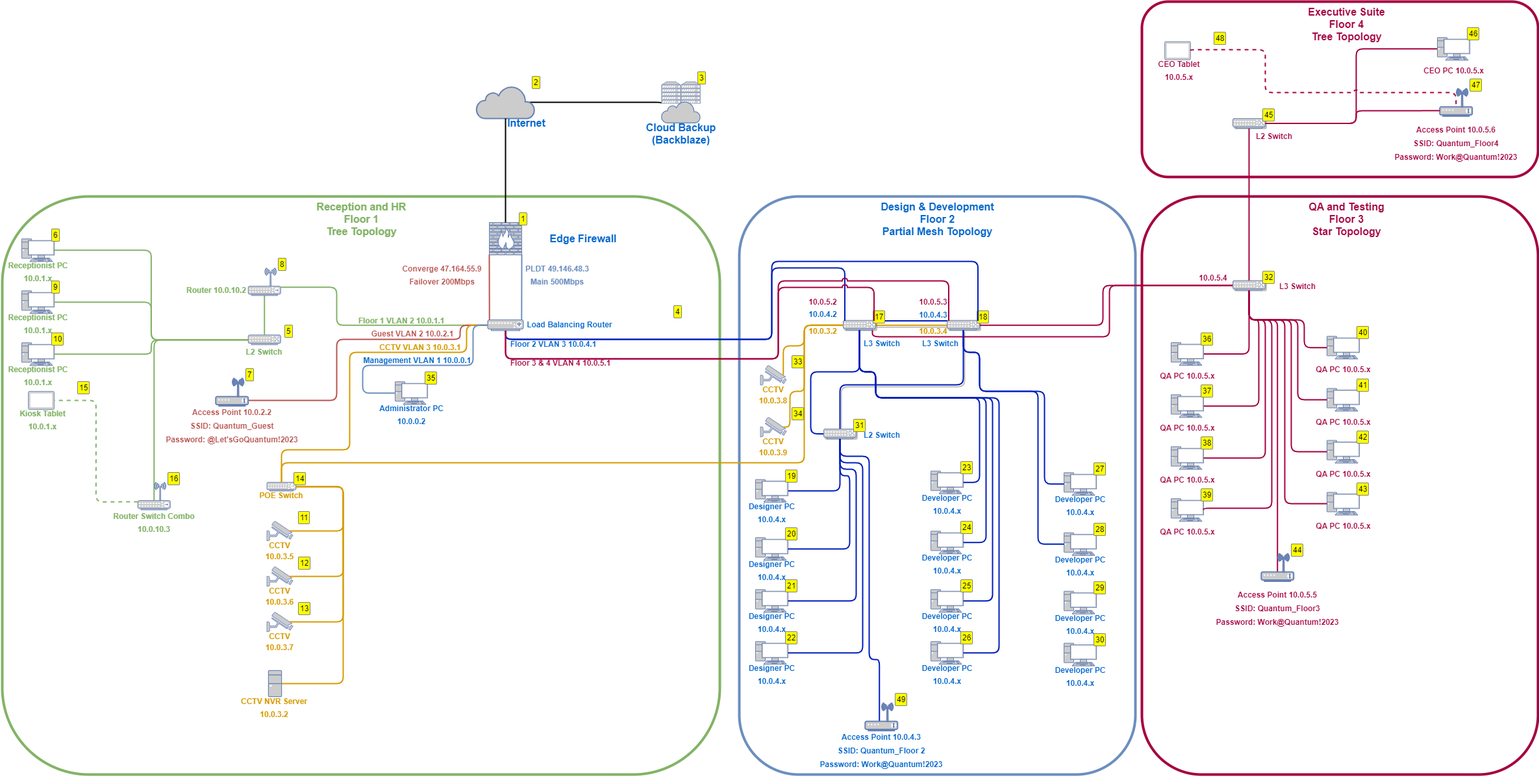
Earlier version of the draw.io export diagram.drawio.png (lemeow125/NetworkDocumentationProject). Source tidied: cells renumbered, new cells last; positions are measured from the earlier drawing's top-left corner, leaving out a move shared by most shapes.
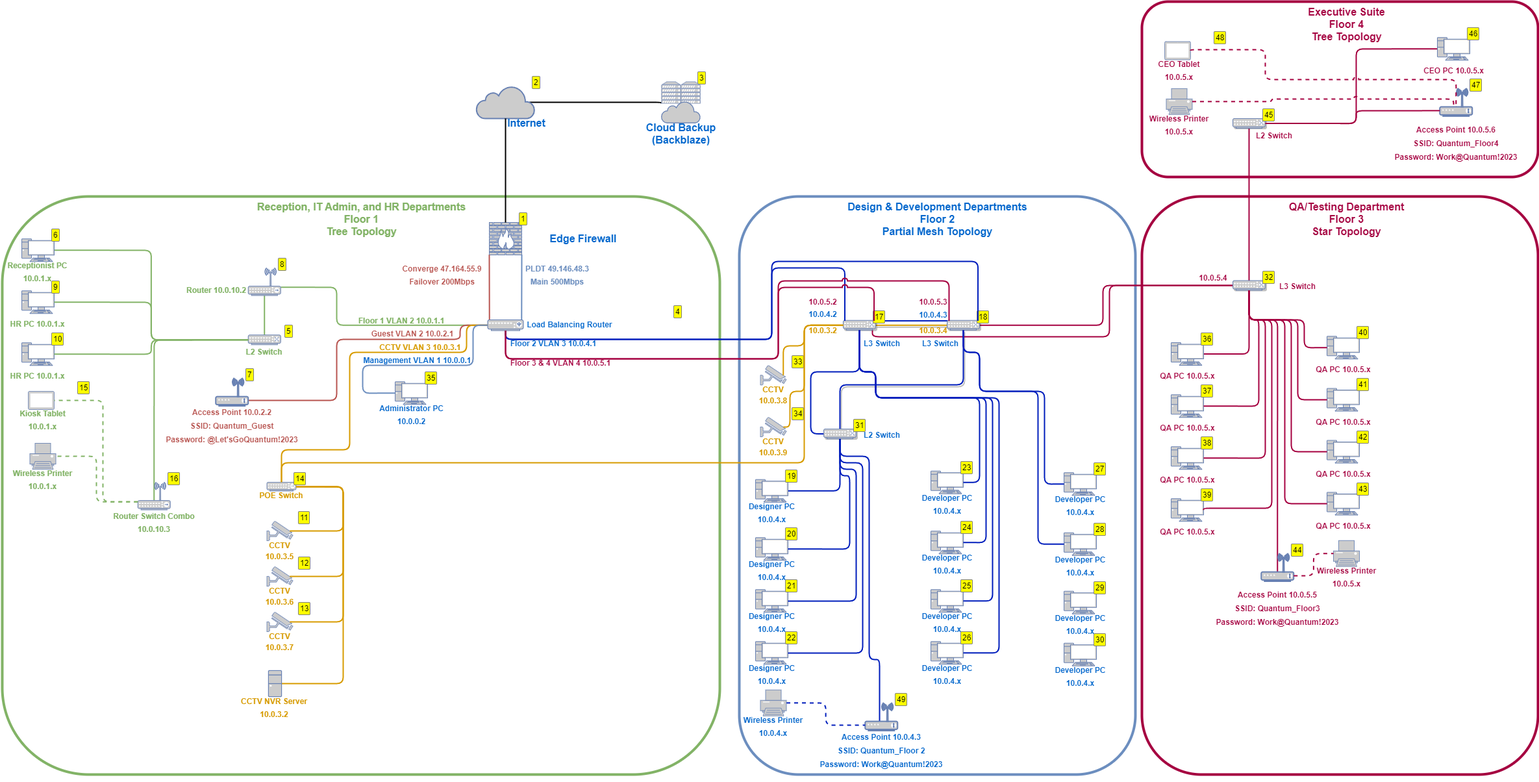
After the commit.

Commit message:
Diversify departments in diagram and add departments entry to README.md

Change to the diagram source:
```diff
@@ -82,8 +82,8 @@
         </Array>
       </mxGeometry>
     </mxCell>
-    <mxCell id="24" value="&lt;b style=&quot;font-size: 16px;&quot;&gt;&lt;font color=&quot;#82b366&quot;&gt;Reception and HR&lt;br&gt;Floor 1&lt;br&gt;Tree Topology&lt;/font&gt;&lt;br&gt;&lt;/b&gt;" style="text;html=1;align=center;verticalAlign=middle;strokeColor=none;fillColor=none;fontSize=12;fontColor=#030303;" parent="1" vertex="1">
-      <mxGeometry x="475.5" y="300" width="160" height="70" as="geometry" />
+    <mxCell id="24" value="&lt;b style=&quot;font-size: 16px;&quot;&gt;&lt;font color=&quot;#82b366&quot;&gt;Reception, IT Admin, and HR Departments&lt;br&gt;Floor 1&lt;br&gt;Tree Topology&lt;/font&gt;&lt;br&gt;&lt;/b&gt;" style="text;html=1;align=center;verticalAlign=middle;strokeColor=none;fillColor=none;fontSize=12;fontColor=#030303;" parent="1" vertex="1">
+      <mxGeometry x="385.5" y="300" width="340" height="70" as="geometry" />
     </mxCell>
     <mxCell id="25" style="edgeStyle=orthogonalEdgeStyle;html=1;strokeColor=#B85450;strokeWidth=2;fontSize=12;fontColor=#82B366;endArrow=none;endFill=0;exitX=0;exitY=0.5;exitDx=0;exitDy=0;exitPerimeter=0;entryX=1;entryY=0.8;entryDx=0;entryDy=0;entryPerimeter=0;" parent="1" edge="1" source="20" target="36">
       <mxGeometry relative="1" as="geometry">
@@ -149,7 +149,7 @@
     <mxCell id="43" style="group;" parent="42" vertex="1">
       <mxGeometry width="95" height="69.5" as="geometry" />
     </mxCell>
-    <mxCell id="44" value="&lt;span style=&quot;font-size: 12px;&quot;&gt;&lt;b&gt;Receptionist PC 10.0.1.x&lt;/b&gt;&lt;/span&gt;" style="text;html=1;strokeColor=none;fillColor=none;align=center;verticalAlign=middle;whiteSpace=wrap;rounded=0;comic=0;fontSize=16;fontColor=#82B366;" parent="43" vertex="1">
+    <mxCell id="44" value="&lt;span style=&quot;font-size: 12px;&quot;&gt;&lt;b&gt;HR PC 10.0.1.x&lt;/b&gt;&lt;/span&gt;" style="text;html=1;strokeColor=none;fillColor=none;align=center;verticalAlign=middle;whiteSpace=wrap;rounded=0;comic=0;fontSize=16;fontColor=#82B366;" parent="43" vertex="1">
       <mxGeometry x="-27.5" y="40.2" width="115" height="30" as="geometry" />
     </mxCell>
     <mxCell id="45" style="fontColor=#0066CC;verticalAlign=top;verticalLabelPosition=bottom;labelPosition=center;align=center;html=1;outlineConnect=0;fillColor=#CCCCCC;strokeColor=#6881B3;gradientColor=none;gradientDirection=north;strokeWidth=2;shape=mxgraph.networks.pc;fontSize=16;enumerate=1;" parent="42" vertex="1">
@@ -161,7 +161,7 @@
     <mxCell id="47" style="group;" parent="46" vertex="1">
       <mxGeometry width="95" height="69.5" as="geometry" />
     </mxCell>
-    <mxCell id="48" value="&lt;span style=&quot;font-size: 12px;&quot;&gt;&lt;b&gt;Receptionist PC 10.0.1.x&lt;/b&gt;&lt;/span&gt;" style="text;html=1;strokeColor=none;fillColor=none;align=center;verticalAlign=middle;whiteSpace=wrap;rounded=0;comic=0;fontSize=16;fontColor=#82B366;" parent="47" vertex="1">
+    <mxCell id="48" value="&lt;span style=&quot;font-size: 12px;&quot;&gt;&lt;b&gt;HR PC 10.0.1.x&lt;/b&gt;&lt;/span&gt;" style="text;html=1;strokeColor=none;fillColor=none;align=center;verticalAlign=middle;whiteSpace=wrap;rounded=0;comic=0;fontSize=16;fontColor=#82B366;" parent="47" vertex="1">
       <mxGeometry x="-27.5" y="40.2" width="115" height="30" as="geometry" />
     </mxCell>
     <mxCell id="49" style="fontColor=#0066CC;verticalAlign=top;verticalLabelPosition=bottom;labelPosition=center;align=center;html=1;outlineConnect=0;fillColor=#CCCCCC;strokeColor=#6881B3;gradientColor=none;gradientDirection=north;strokeWidth=2;shape=mxgraph.networks.pc;fontSize=16;enumerate=1;" parent="46" vertex="1">
@@ -287,10 +287,15 @@
       <mxGeometry x="163.6" y="791.2" width="146.2" height="20" as="geometry" />
     </mxCell>
     <mxCell id="80" style="edgeStyle=orthogonalEdgeStyle;html=1;exitX=0;exitY=0.71;exitDx=0;exitDy=0;exitPerimeter=0;entryX=1;entryY=0.5;entryDx=0;entryDy=0;entryPerimeter=0;strokeColor=#82B366;strokeWidth=2;fontSize=12;fontColor=#D79B00;endArrow=none;endFill=0;dashed=1;" parent="1" edge="1" source="78" target="75">
-      <mxGeometry relative="1" as="geometry" />
+      <mxGeometry relative="1" as="geometry">
+        <Array as="points">
+          <mxPoint x="158" y="770" />
+          <mxPoint x="158" y="614" />
+        </Array>
+      </mxGeometry>
     </mxCell>
-    <mxCell id="81" value="&lt;font style=&quot;font-size: 16px;&quot; color=&quot;#0066cc&quot;&gt;&lt;b&gt;Design &amp;amp; Development&lt;br&gt;Floor 2&lt;br&gt;Partial Mesh Topology&lt;br&gt;&lt;/b&gt;&lt;/font&gt;" style="text;html=1;align=center;verticalAlign=middle;strokeColor=none;fillColor=none;fontSize=12;fontColor=#030303;" parent="1" vertex="1">
-      <mxGeometry x="1343" y="300" width="200" height="70" as="geometry" />
+    <mxCell id="81" value="&lt;font style=&quot;font-size: 16px;&quot; color=&quot;#0066cc&quot;&gt;&lt;b&gt;Design &amp;amp; Development Departments&lt;br&gt;Floor 2&lt;br&gt;Partial Mesh Topology&lt;br&gt;&lt;/b&gt;&lt;/font&gt;" style="text;html=1;align=center;verticalAlign=middle;strokeColor=none;fillColor=none;fontSize=12;fontColor=#030303;" parent="1" vertex="1">
+      <mxGeometry x="1293" y="300" width="300" height="70" as="geometry" />
     </mxCell>
     <mxCell id="82" style="edgeStyle=orthogonalEdgeStyle;html=1;exitX=0.95;exitY=0.05;exitDx=0;exitDy=0;exitPerimeter=0;entryX=0.05;entryY=0.05;entryDx=0;entryDy=0;entryPerimeter=0;strokeWidth=2;fontSize=16;fontColor=#0066CC;endArrow=none;endFill=0;fillColor=#0050ef;strokeColor=#001DBC;" parent="1" edge="1" source="86" target="94">
       <mxGeometry relative="1" as="geometry">
@@ -646,8 +651,8 @@
     <mxCell id="160" style="rounded=1;whiteSpace=wrap;html=1;fontSize=12;fillColor=none;strokeColor=#A50040;strokeWidth=4;fontColor=#ffffff;" parent="1" vertex="1">
       <mxGeometry x="1758" y="300" width="610" height="890" as="geometry" />
     </mxCell>
-    <mxCell id="161" value="&lt;font style=&quot;font-size: 16px;&quot;&gt;&lt;b style=&quot;&quot;&gt;&lt;font color=&quot;#a50040&quot;&gt;QA and Testing&lt;br&gt;Floor 3&lt;br&gt;Star Topology&lt;/font&gt;&lt;br&gt;&lt;/b&gt;&lt;/font&gt;" style="text;html=1;align=center;verticalAlign=middle;strokeColor=none;fillColor=none;fontSize=12;fontColor=#030303;" parent="1" vertex="1">
-      <mxGeometry x="2003" y="300" width="140" height="70" as="geometry" />
+    <mxCell id="161" value="&lt;font style=&quot;font-size: 16px;&quot;&gt;&lt;b style=&quot;&quot;&gt;&lt;font color=&quot;#a50040&quot;&gt;QA/Testing Department&lt;br&gt;Floor 3&lt;br&gt;Star Topology&lt;/font&gt;&lt;br&gt;&lt;/b&gt;&lt;/font&gt;" style="text;html=1;align=center;verticalAlign=middle;strokeColor=none;fillColor=none;fontSize=12;fontColor=#030303;" parent="1" vertex="1">
+      <mxGeometry x="1973" y="300" width="200" height="70" as="geometry" />
     </mxCell>
     <mxCell id="162" style="edgeStyle=orthogonalEdgeStyle;sketch=0;jumpStyle=none;html=1;exitX=0.5;exitY=1;exitDx=0;exitDy=0;exitPerimeter=0;entryX=1;entryY=0.5;entryDx=0;entryDy=0;entryPerimeter=0;shadow=0;strokeWidth=2;fontSize=16;fontColor=#A50040;endArrow=none;endFill=0;fillColor=#d80073;strokeColor=#A50040;" parent="1" edge="1" source="164" target="189">
       <mxGeometry relative="1" as="geometry" />
@@ -927,9 +932,6 @@
     <mxCell id="226" style="fontColor=#0066CC;verticalAlign=top;verticalLabelPosition=bottom;labelPosition=center;align=center;html=1;outlineConnect=0;fillColor=#CCCCCC;strokeColor=#6881B3;gradientColor=none;gradientDirection=north;strokeWidth=2;shape=mxgraph.networks.wireless_modem;comic=0;fontSize=12;points=[[0.5,0.66,0,0,0],[1,0.8,0,0,0]];enumerate=1;" parent="1" vertex="1">
       <mxGeometry x="1941.8" y="850" width="50" height="42.5" as="geometry" />
     </mxCell>
-    <mxCell id="227" value="&lt;p style=&quot;line-height: 120%;&quot;&gt;&lt;span style=&quot;font-size: 12px;&quot;&gt;&lt;b&gt;&lt;font color=&quot;#a50040&quot;&gt;Access Point 10.0.5.5&lt;br&gt;SSID: Quantum_Floor3&lt;br&gt;Password: Work@Quantum!2023&lt;/font&gt;&lt;br&gt;&lt;/b&gt;&lt;/span&gt;&lt;/p&gt;" style="text;html=1;strokeColor=none;fillColor=none;align=center;verticalAlign=middle;whiteSpace=wrap;rounded=0;comic=0;fontSize=16;fontColor=#82B366;" parent="1" vertex="1">
-      <mxGeometry x="1858" y="910.5" width="217.5" height="46.8" as="geometry" />
-    </mxCell>
     <mxCell id="228" style="rounded=1;whiteSpace=wrap;html=1;fontSize=12;fillColor=none;strokeColor=#A50040;strokeWidth=4;fontColor=#ffffff;" parent="1" vertex="1">
       <mxGeometry x="1758" width="610" height="270" as="geometry" />
     </mxCell>
@@ -941,6 +943,9 @@
         </Array>
       </mxGeometry>
     </mxCell>
+    <mxCell id="227" value="&lt;p style=&quot;line-height: 120%;&quot;&gt;&lt;span style=&quot;font-size: 12px;&quot;&gt;&lt;b&gt;&lt;font color=&quot;#a50040&quot;&gt;Access Point 10.0.5.5&lt;br&gt;SSID: Quantum_Floor3&lt;br&gt;Password: Work@Quantum!2023&lt;/font&gt;&lt;br&gt;&lt;/b&gt;&lt;/span&gt;&lt;/p&gt;" style="text;html=1;strokeColor=none;fillColor=none;align=center;verticalAlign=middle;whiteSpace=wrap;rounded=0;comic=0;fontSize=16;fontColor=#82B366;" parent="1" vertex="1">
+      <mxGeometry x="1858" y="910.5" width="217.5" height="46.8" as="geometry" />
+    </mxCell>
     <mxCell id="230" style="fontColor=#0066CC;verticalAlign=top;verticalLabelPosition=bottom;labelPosition=center;align=center;html=1;outlineConnect=0;fillColor=#CCCCCC;strokeColor=#6881B3;gradientColor=none;gradientDirection=north;strokeWidth=2;shape=mxgraph.networks.switch;comic=0;fontSize=12;enumerate=1;shadow=1;" parent="1" vertex="1">
       <mxGeometry x="1898" y="180" width="50" height="15" as="geometry" />
     </mxCell>
@@ -986,20 +991,69 @@
     <mxCell id="242" value="&lt;span style=&quot;font-size: 12px;&quot;&gt;&lt;b&gt;&lt;font color=&quot;#a50040&quot;&gt;CEO Tablet&lt;br&gt;10.0.5.x&lt;/font&gt;&lt;br&gt;&lt;/b&gt;&lt;/span&gt;" style="text;html=1;strokeColor=none;fillColor=none;align=center;verticalAlign=middle;whiteSpace=wrap;rounded=0;comic=0;fontSize=16;fontColor=#82B366;" parent="240" vertex="1">
       <mxGeometry y="28" width="115" height="30" as="geometry" />
     </mxCell>
-    <mxCell id="243" style="edgeStyle=orthogonalEdgeStyle;sketch=0;jumpStyle=arc;html=1;exitX=1;exitY=0.5;exitDx=0;exitDy=0;exitPerimeter=0;entryX=0.5;entryY=0.66;entryDx=0;entryDy=0;entryPerimeter=0;shadow=0;strokeWidth=2;fontSize=16;fontColor=#A50040;endArrow=none;endFill=0;fillColor=#d80073;strokeColor=#A50040;dashed=1;" parent="1" edge="1" source="241" target="237">
-      <mxGeometry relative="1" as="geometry">
-        <Array as="points">
-          <mxPoint x="1948" y="74" />
-          <mxPoint x="1948" y="140" />
-          <mxPoint x="2242" y="140" />
-        </Array>
-      </mxGeometry>
-    </mxCell>
-    <mxCell id="244" style="fontColor=#0066CC;verticalAlign=top;verticalLabelPosition=bottom;labelPosition=center;align=center;html=1;outlineConnect=0;fillColor=#CCCCCC;strokeColor=#6881B3;gradientColor=none;gradientDirection=north;strokeWidth=2;shape=mxgraph.networks.wireless_modem;comic=0;fontSize=12;points=[[0.44,0.65,0,0,0],[1,0.8,0,0,0]];enumerate=1;" parent="1" vertex="1">
+    <mxCell id="244" style="fontColor=#0066CC;verticalAlign=top;verticalLabelPosition=bottom;labelPosition=center;align=center;html=1;outlineConnect=0;fillColor=#CCCCCC;strokeColor=#6881B3;gradientColor=none;gradientDirection=north;strokeWidth=2;shape=mxgraph.networks.wireless_modem;comic=0;fontSize=12;points=[[0,0.8,0,0,0],[0.44,0.66,0,0,0],[1,0.8,0,0,0]];enumerate=1;" parent="1" vertex="1">
       <mxGeometry x="1331.8" y="1080" width="50" height="42.5" as="geometry" />
     </mxCell>
     <mxCell id="245" value="&lt;p style=&quot;line-height: 120%;&quot;&gt;&lt;span style=&quot;font-size: 12px;&quot;&gt;&lt;b&gt;&lt;font color=&quot;#0066cc&quot;&gt;Access Point 10.0.4.3&lt;br&gt;SSID: Quantum_Floor 2&lt;br&gt;Password: Work@Quantum!2023&lt;/font&gt;&lt;br&gt;&lt;/b&gt;&lt;/span&gt;&lt;/p&gt;" style="text;html=1;align=center;verticalAlign=middle;whiteSpace=wrap;rounded=0;comic=0;fontSize=16;" parent="1" vertex="1">
       <mxGeometry x="1248" y="1130" width="217.5" height="46.8" as="geometry" />
     </mxCell>
+    <mxCell id="246" style="fontColor=#0066CC;verticalAlign=top;verticalLabelPosition=bottom;labelPosition=center;align=center;html=1;outlineConnect=0;fillColor=#CCCCCC;strokeColor=#6881B3;gradientColor=none;gradientDirection=north;strokeWidth=2;shape=mxgraph.networks.printer;" parent="1" vertex="1">
+      <mxGeometry x="45.5" y="680" width="40" height="40" as="geometry" />
+    </mxCell>
+    <mxCell id="247" value="&lt;span style=&quot;font-size: 12px;&quot;&gt;&lt;b&gt;Wireless Printer&lt;br&gt;10.0.1.x&lt;br&gt;&lt;/b&gt;&lt;/span&gt;" style="text;html=1;strokeColor=none;fillColor=none;align=center;verticalAlign=middle;whiteSpace=wrap;rounded=0;comic=0;fontSize=16;fontColor=#82B366;" parent="1" vertex="1">
+      <mxGeometry x="8" y="720.2" width="115" height="30" as="geometry" />
+    </mxCell>
+    <mxCell id="248" style="edgeStyle=orthogonalEdgeStyle;html=1;exitX=0;exitY=0.71;exitDx=0;exitDy=0;exitPerimeter=0;entryX=1;entryY=0.5;entryDx=0;entryDy=0;entryPerimeter=0;strokeColor=#82B366;strokeWidth=2;fontSize=12;fontColor=#D79B00;endArrow=none;endFill=0;dashed=1;" parent="1" edge="1" source="78" target="246">
+      <mxGeometry relative="1" as="geometry">
+        <Array as="points">
+          <mxPoint x="148" y="770" />
+          <mxPoint x="148" y="700" />
+        </Array>
+      </mxGeometry>
+    </mxCell>
+    <mxCell id="249" style="edgeStyle=orthogonalEdgeStyle;html=1;exitX=1;exitY=0.5;exitDx=0;exitDy=0;exitPerimeter=0;fontColor=#0066CC;entryX=0;entryY=0.8;entryDx=0;entryDy=0;entryPerimeter=0;strokeWidth=2;fillColor=#0050ef;strokeColor=#001DBC;endArrow=none;endFill=0;dashed=1;" parent="1" edge="1" source="250" target="244">
+      <mxGeometry relative="1" as="geometry" />
+    </mxCell>
+    <mxCell id="250" style="fontColor=#0066CC;verticalAlign=top;verticalLabelPosition=bottom;labelPosition=center;align=center;html=1;outlineConnect=0;fillColor=#CCCCCC;strokeColor=#6881B3;gradientColor=none;gradientDirection=north;strokeWidth=2;shape=mxgraph.networks.printer;" parent="1" vertex="1">
+      <mxGeometry x="1170.5" y="1059.8" width="40" height="40" as="geometry" />
+    </mxCell>
+    <mxCell id="251" value="&lt;span style=&quot;font-size: 12px;&quot;&gt;&lt;b&gt;&lt;font color=&quot;#0066cc&quot;&gt;Wireless Printer&lt;br&gt;10.0.4.x&lt;/font&gt;&lt;br&gt;&lt;/b&gt;&lt;/span&gt;" style="text;html=1;strokeColor=none;fillColor=none;align=center;verticalAlign=middle;whiteSpace=wrap;rounded=0;comic=0;fontSize=16;fontColor=#82B366;" parent="1" vertex="1">
+      <mxGeometry x="1133" y="1100" width="115" height="30" as="geometry" />
+    </mxCell>
+    <mxCell id="252" style="fontColor=#0066CC;verticalAlign=top;verticalLabelPosition=bottom;labelPosition=center;align=center;html=1;outlineConnect=0;fillColor=#CCCCCC;strokeColor=#6881B3;gradientColor=none;gradientDirection=north;strokeWidth=2;shape=mxgraph.networks.printer;" parent="1" vertex="1">
+      <mxGeometry x="2053" y="829.8" width="40" height="40" as="geometry" />
+    </mxCell>
+    <mxCell id="253" value="&lt;span style=&quot;font-size: 12px;&quot;&gt;&lt;b&gt;&lt;font color=&quot;#a50040&quot;&gt;Wireless Printer&lt;br&gt;10.0.5.x&lt;/font&gt;&lt;br&gt;&lt;/b&gt;&lt;/span&gt;" style="text;html=1;strokeColor=none;fillColor=none;align=center;verticalAlign=middle;whiteSpace=wrap;rounded=0;comic=0;fontSize=16;fontColor=#82B366;" parent="1" vertex="1">
+      <mxGeometry x="2015.5" y="870" width="115" height="30" as="geometry" />
+    </mxCell>
+    <mxCell id="254" style="edgeStyle=orthogonalEdgeStyle;sketch=0;jumpStyle=none;html=1;exitX=1;exitY=0.8;exitDx=0;exitDy=0;exitPerimeter=0;shadow=0;strokeWidth=2;fontSize=16;fontColor=#A50040;endArrow=none;endFill=0;fillColor=#d80073;strokeColor=#A50040;entryX=0;entryY=0.5;entryDx=0;entryDy=0;entryPerimeter=0;dashed=1;" parent="1" edge="1" source="226" target="252">
+      <mxGeometry relative="1" as="geometry" />
+    </mxCell>
+    <mxCell id="255" style="fontColor=#0066CC;verticalAlign=top;verticalLabelPosition=bottom;labelPosition=center;align=center;html=1;outlineConnect=0;fillColor=#CCCCCC;strokeColor=#6881B3;gradientColor=none;gradientDirection=north;strokeWidth=2;shape=mxgraph.networks.printer;" parent="1" vertex="1">
+      <mxGeometry x="1795.5" y="133.9" width="40" height="40" as="geometry" />
+    </mxCell>
+    <mxCell id="256" value="&lt;span style=&quot;font-size: 12px;&quot;&gt;&lt;b&gt;&lt;font color=&quot;#a50040&quot;&gt;Wireless Printer&lt;br&gt;10.0.5.x&lt;/font&gt;&lt;br&gt;&lt;/b&gt;&lt;/span&gt;" style="text;html=1;strokeColor=none;fillColor=none;align=center;verticalAlign=middle;whiteSpace=wrap;rounded=0;comic=0;fontSize=16;fontColor=#82B366;" parent="1" vertex="1">
+      <mxGeometry x="1758" y="174.1" width="115" height="30" as="geometry" />
+    </mxCell>
+    <mxCell id="257" style="edgeStyle=orthogonalEdgeStyle;sketch=0;jumpStyle=arc;html=1;exitX=1;exitY=0.5;exitDx=0;exitDy=0;exitPerimeter=0;entryX=0.5;entryY=0.66;entryDx=0;entryDy=0;entryPerimeter=0;shadow=0;strokeWidth=2;fontSize=16;fontColor=#A50040;endArrow=none;endFill=0;fillColor=#d80073;strokeColor=#A50040;dashed=1;" parent="1" edge="1" source="255" target="237">
+      <mxGeometry relative="1" as="geometry">
+        <Array as="points">
+          <mxPoint x="1958" y="154" />
+          <mxPoint x="1958" y="150" />
+          <mxPoint x="2238" y="150" />
+          <mxPoint x="2238" y="162" />
+        </Array>
+      </mxGeometry>
+    </mxCell>
+    <mxCell id="243" style="edgeStyle=orthogonalEdgeStyle;sketch=0;jumpStyle=arc;html=1;exitX=1;exitY=0.5;exitDx=0;exitDy=0;exitPerimeter=0;entryX=0.5;entryY=0.66;entryDx=0;entryDy=0;entryPerimeter=0;shadow=0;strokeWidth=2;fontSize=16;fontColor=#A50040;endArrow=none;endFill=0;fillColor=#d80073;strokeColor=#A50040;dashed=1;" parent="1" edge="1" source="241" target="237">
+      <mxGeometry relative="1" as="geometry">
+        <Array as="points">
+          <mxPoint x="1833" y="74" />
+          <mxPoint x="1948" y="74" />
+          <mxPoint x="1948" y="120" />
+          <mxPoint x="2242" y="120" />
+        </Array>
+      </mxGeometry>
+    </mxCell>
   </root>
 </mxGraphModel>
```
